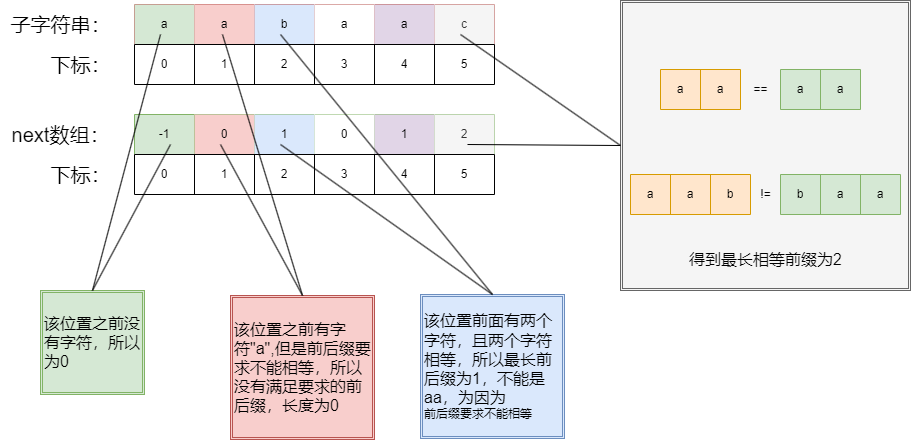
Earlier version of the draw.io export algrithem/kmp_prefix.drawio.png (muxicode/c153080686). Source tidied: cells renumbered, new cells last; positions are measured from the earlier drawing's top-left corner, leaving out a move shared by most shapes.
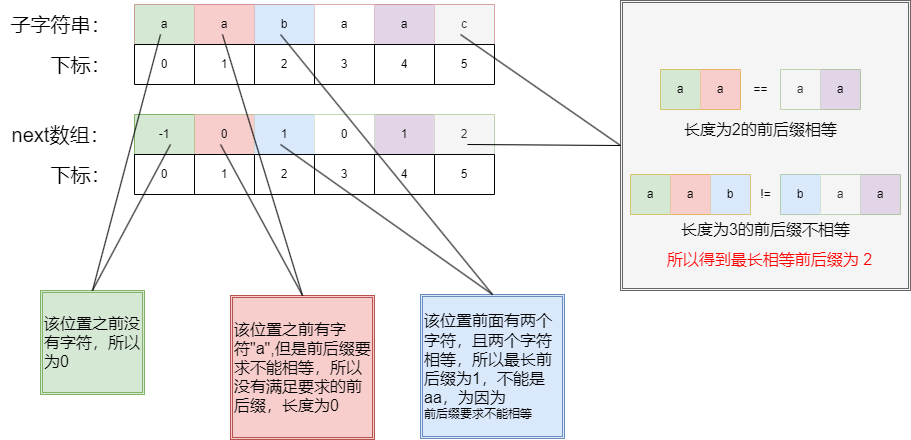
After the change.

The edit, as a diff of the source:
```diff
@@ -168,10 +168,10 @@
     <mxCell id="51" style="shape=tableRow;horizontal=0;startSize=0;swimlaneHead=0;swimlaneBody=0;strokeColor=inherit;top=0;left=0;bottom=0;right=0;fillColor=none;" parent="50" vertex="1">
       <mxGeometry width="80" height="40" as="geometry" />
     </mxCell>
-    <mxCell id="52" value="a" style="shape=partialRectangle;html=1;whiteSpace=wrap;strokeColor=inherit;overflow=hidden;fillColor=none;top=0;left=0;bottom=0;right=0;" parent="51" vertex="1">
+    <mxCell id="52" value="a" style="shape=partialRectangle;html=1;whiteSpace=wrap;strokeColor=#82b366;overflow=hidden;fillColor=#d5e8d4;top=0;left=0;bottom=0;right=0;" parent="51" vertex="1">
       <mxGeometry width="40" height="40" as="geometry" />
     </mxCell>
-    <mxCell id="53" value="a" style="shape=partialRectangle;html=1;whiteSpace=wrap;strokeColor=inherit;overflow=hidden;fillColor=none;top=0;left=0;bottom=0;right=0;" parent="51" vertex="1">
+    <mxCell id="53" value="a" style="shape=partialRectangle;html=1;whiteSpace=wrap;strokeColor=#b85450;overflow=hidden;fillColor=#f8cecc;top=0;left=0;bottom=0;right=0;" parent="51" vertex="1">
       <mxGeometry x="40" width="40" height="40" as="geometry" />
     </mxCell>
     <mxCell id="54" value="==" style="text;html=1;align=center;verticalAlign=middle;strokeColor=none;fillColor=none;" parent="1" vertex="1">
@@ -183,10 +183,10 @@
     <mxCell id="56" style="shape=tableRow;horizontal=0;startSize=0;swimlaneHead=0;swimlaneBody=0;strokeColor=inherit;top=0;left=0;bottom=0;right=0;fillColor=none;" parent="55" vertex="1">
       <mxGeometry width="80" height="40" as="geometry" />
     </mxCell>
-    <mxCell id="57" value="a" style="shape=partialRectangle;html=1;whiteSpace=wrap;strokeColor=inherit;overflow=hidden;fillColor=none;top=0;left=0;bottom=0;right=0;" parent="56" vertex="1">
+    <mxCell id="57" value="a" style="shape=partialRectangle;html=1;whiteSpace=wrap;strokeColor=#666666;overflow=hidden;fillColor=#f5f5f5;top=0;left=0;bottom=0;right=0;fontColor=#333333;" parent="56" vertex="1">
       <mxGeometry width="40" height="40" as="geometry" />
     </mxCell>
-    <mxCell id="58" value="a" style="shape=partialRectangle;html=1;whiteSpace=wrap;strokeColor=inherit;overflow=hidden;fillColor=none;top=0;left=0;bottom=0;right=0;" parent="56" vertex="1">
+    <mxCell id="58" value="a" style="shape=partialRectangle;html=1;whiteSpace=wrap;strokeColor=#9673a6;overflow=hidden;fillColor=#e1d5e7;top=0;left=0;bottom=0;right=0;" parent="56" vertex="1">
       <mxGeometry x="40" width="40" height="40" as="geometry" />
     </mxCell>
     <mxCell id="59" style="shape=table;startSize=0;fillColor=#ffe6cc;strokeColor=#d79b00;" parent="1" vertex="1">
@@ -195,13 +195,13 @@
     <mxCell id="60" style="shape=tableRow;horizontal=0;startSize=0;swimlaneHead=0;swimlaneBody=0;strokeColor=inherit;top=0;left=0;bottom=0;right=0;fillColor=none;" parent="59" vertex="1">
       <mxGeometry width="120" height="40" as="geometry" />
     </mxCell>
-    <mxCell id="61" value="a" style="shape=partialRectangle;html=1;whiteSpace=wrap;strokeColor=inherit;overflow=hidden;fillColor=none;top=0;left=0;bottom=0;right=0;" parent="60" vertex="1">
+    <mxCell id="61" value="a" style="shape=partialRectangle;html=1;whiteSpace=wrap;strokeColor=#82b366;overflow=hidden;fillColor=#d5e8d4;top=0;left=0;bottom=0;right=0;" parent="60" vertex="1">
       <mxGeometry width="40" height="40" as="geometry" />
     </mxCell>
-    <mxCell id="62" value="a" style="shape=partialRectangle;html=1;whiteSpace=wrap;strokeColor=inherit;overflow=hidden;fillColor=none;top=0;left=0;bottom=0;right=0;" parent="60" vertex="1">
+    <mxCell id="62" value="a" style="shape=partialRectangle;html=1;whiteSpace=wrap;strokeColor=#b85450;overflow=hidden;fillColor=#f8cecc;top=0;left=0;bottom=0;right=0;" parent="60" vertex="1">
       <mxGeometry x="40" width="40" height="40" as="geometry" />
     </mxCell>
-    <mxCell id="63" value="b" style="shape=partialRectangle;html=1;whiteSpace=wrap;strokeColor=inherit;overflow=hidden;fillColor=none;top=0;left=0;bottom=0;right=0;" parent="60" vertex="1">
+    <mxCell id="63" value="b" style="shape=partialRectangle;html=1;whiteSpace=wrap;strokeColor=#6c8ebf;overflow=hidden;fillColor=#dae8fc;top=0;left=0;bottom=0;right=0;" parent="60" vertex="1">
       <mxGeometry x="80" width="40" height="40" as="geometry" />
     </mxCell>
     <mxCell id="64" style="shape=table;startSize=0;fillColor=#d5e8d4;strokeColor=#82b366;" parent="1" vertex="1">
@@ -210,20 +210,26 @@
     <mxCell id="65" style="shape=tableRow;horizontal=0;startSize=0;swimlaneHead=0;swimlaneBody=0;strokeColor=inherit;top=0;left=0;bottom=0;right=0;fillColor=none;" parent="64" vertex="1">
       <mxGeometry width="120" height="40" as="geometry" />
     </mxCell>
-    <mxCell id="66" value="b" style="shape=partialRectangle;html=1;whiteSpace=wrap;strokeColor=inherit;overflow=hidden;fillColor=none;top=0;left=0;bottom=0;right=0;" parent="65" vertex="1">
+    <mxCell id="66" value="b" style="shape=partialRectangle;html=1;whiteSpace=wrap;strokeColor=#6c8ebf;overflow=hidden;fillColor=#dae8fc;top=0;left=0;bottom=0;right=0;" parent="65" vertex="1">
       <mxGeometry width="40" height="40" as="geometry" />
     </mxCell>
-    <mxCell id="67" value="a" style="shape=partialRectangle;html=1;whiteSpace=wrap;strokeColor=inherit;overflow=hidden;fillColor=none;top=0;left=0;bottom=0;right=0;" parent="65" vertex="1">
+    <mxCell id="67" value="a" style="shape=partialRectangle;html=1;whiteSpace=wrap;strokeColor=#666666;overflow=hidden;fillColor=#f5f5f5;top=0;left=0;bottom=0;right=0;fontColor=#333333;" parent="65" vertex="1">
       <mxGeometry x="40" width="40" height="40" as="geometry" />
     </mxCell>
-    <mxCell id="68" value="a" style="shape=partialRectangle;html=1;whiteSpace=wrap;strokeColor=inherit;overflow=hidden;fillColor=none;top=0;left=0;bottom=0;right=0;" parent="65" vertex="1">
+    <mxCell id="68" value="a" style="shape=partialRectangle;html=1;whiteSpace=wrap;strokeColor=#9673a6;overflow=hidden;fillColor=#e1d5e7;top=0;left=0;bottom=0;right=0;" parent="65" vertex="1">
       <mxGeometry x="80" width="40" height="40" as="geometry" />
     </mxCell>
     <mxCell id="69" value="!=" style="text;html=1;align=center;verticalAlign=middle;strokeColor=none;fillColor=none;" parent="1" vertex="1">
       <mxGeometry x="750" y="179" width="30" height="30" as="geometry" />
     </mxCell>
-    <mxCell id="70" value="&lt;font style=&quot;font-size: 16px;&quot;&gt;得到最长相等前缀为2&lt;/font&gt;" style="text;html=1;align=center;verticalAlign=middle;strokeColor=none;fillColor=none;" parent="1" vertex="1">
-      <mxGeometry x="675" y="244" width="180" height="30" as="geometry" />
+    <mxCell id="70" value="&lt;font color=&quot;#ff0000&quot; style=&quot;font-size: 16px;&quot;&gt;所以得到最长相等前后缀为 2&lt;/font&gt;" style="text;html=1;align=center;verticalAlign=middle;strokeColor=none;fillColor=none;" parent="1" vertex="1">
+      <mxGeometry x="654" y="244" width="230" height="30" as="geometry" />
     </mxCell>
+    <mxCell id="71" value="&lt;span style=&quot;font-size: 16px;&quot;&gt;长度为2的前后缀相等&lt;/span&gt;" style="text;html=1;align=center;verticalAlign=middle;strokeColor=none;fillColor=none;" parent="1" vertex="1">
+      <mxGeometry x="670" y="114" width="180" height="30" as="geometry" />
+    </mxCell>
+    <mxCell id="72" value="&lt;span style=&quot;font-size: 16px;&quot;&gt;长度为3的前后缀不相等&lt;/span&gt;" style="text;html=1;align=center;verticalAlign=middle;strokeColor=none;fillColor=none;" parent="1" vertex="1">
+      <mxGeometry x="670" y="214" width="190" height="30" as="geometry" />
+    </mxCell>
   </root>
 </mxGraphModel>
```
